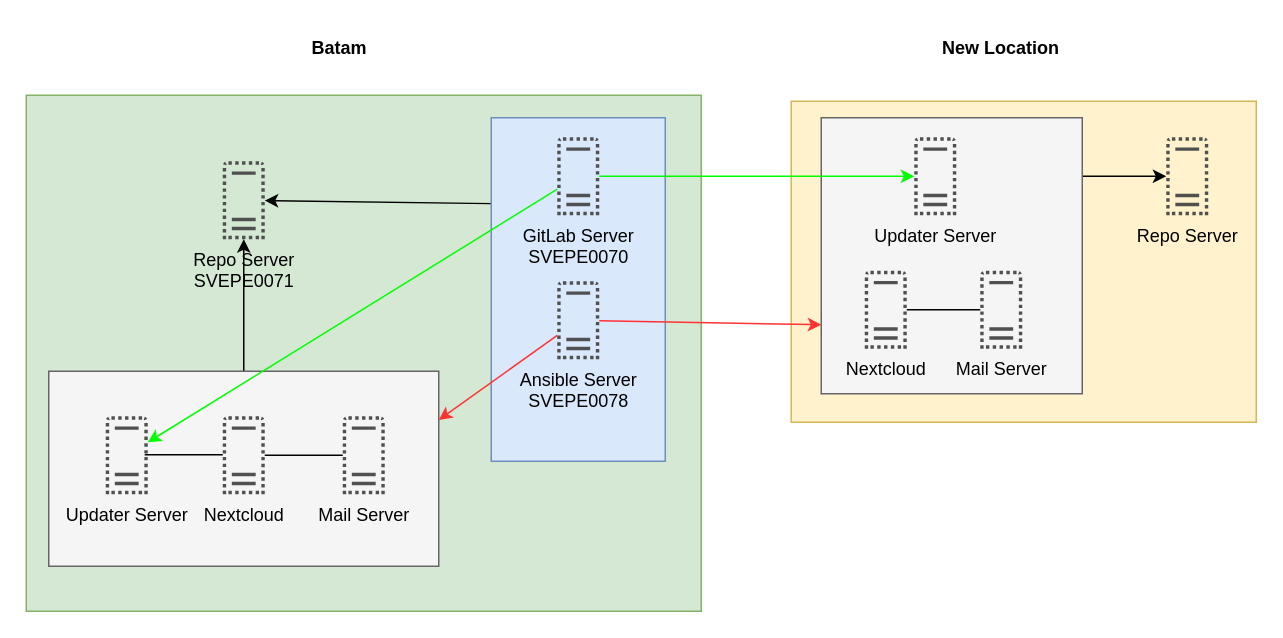
The draw.io diagram nextcloud.drawio in iippam/proyek-01, before the edit. Source tidied: cells renumbered, new cells numbered last; positions are measured from the earlier drawing's top-left corner, leaving out a move shared by most shapes. Both pictures are drawn from the tidied source at 150%, with x=0, y=0 at pixel (26, 26).
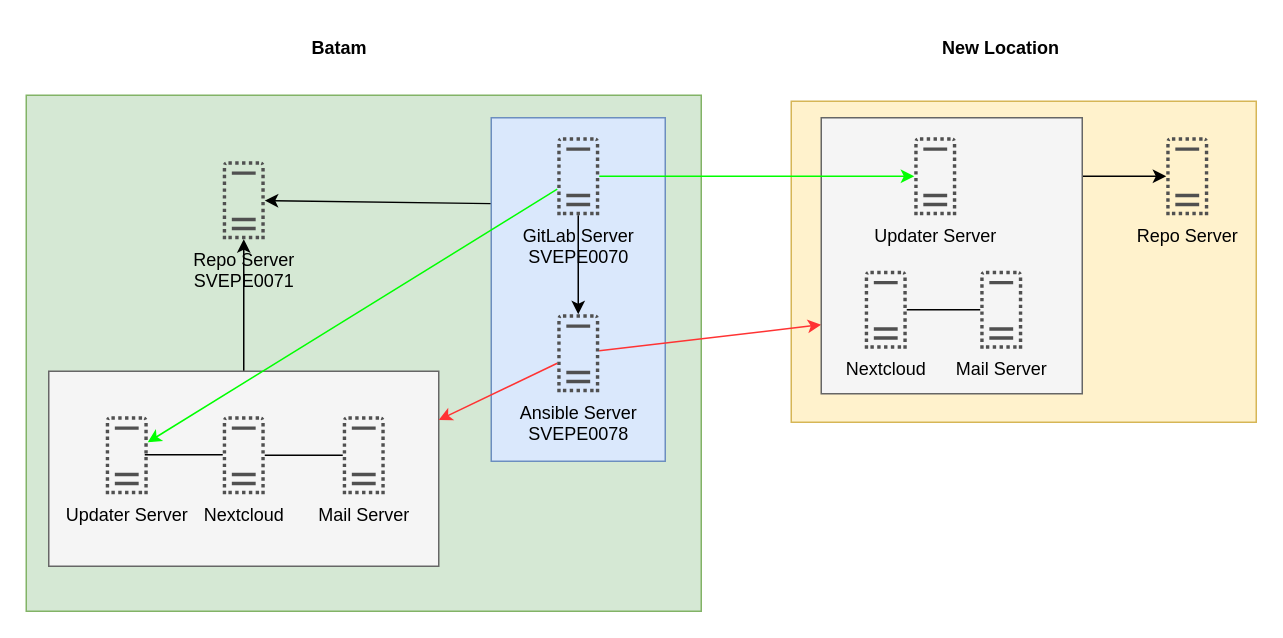
The same page after the edit.

The change refers to these unchanged cells:
```xml
<mxCell id="14" value="GitLab Server&lt;br&gt;SVEPE0070" style="sketch=0;shadow=0;dashed=0;html=1;strokeColor=none;fillColor=#505050;labelPosition=center;verticalLabelPosition=bottom;verticalAlign=top;outlineConnect=0;align=center;shape=mxgraph.office.servers.virtual_server;" parent="1" vertex="1">
  <mxGeometry x="354" y="74" width="28" height="52" as="geometry" />
</mxCell>
```

The edit, as a diff of the source:
```diff
@@
     <mxCell id="12" value="Ansible Server&lt;br&gt;SVEPE0078" style="sketch=0;shadow=0;dashed=0;html=1;strokeColor=none;fillColor=#505050;labelPosition=center;verticalLabelPosition=bottom;verticalAlign=top;outlineConnect=0;align=center;shape=mxgraph.office.servers.virtual_server;" parent="1" vertex="1">
-      <mxGeometry x="354" y="170" width="28" height="52" as="geometry" />
+      <mxGeometry x="354" y="192" width="28" height="52" as="geometry" />
     </mxCell>
@@
+    <mxCell id="29" style="edgeStyle=none;rounded=0;jettySize=auto;html=1;" parent="1" edge="1" source="14" target="12">
+      <mxGeometry relative="1" as="geometry" />
+    </mxCell>
```
